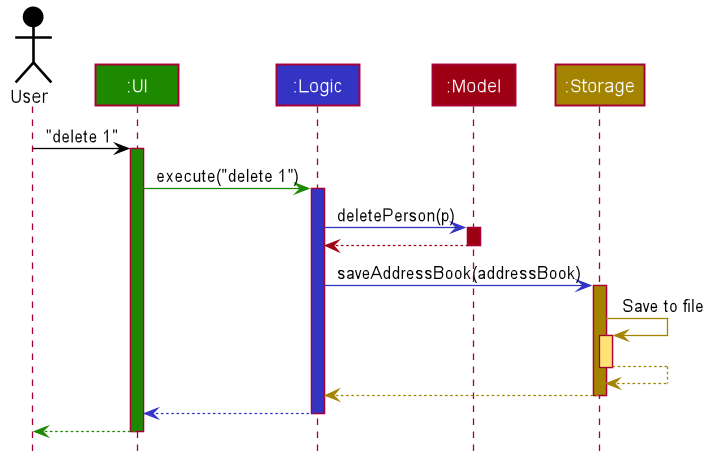
nus-cs2103-AY2223S1/tp keeps this PlantUML diagram as docs/images/ArchitectureSequenceDiagram.png. Above is the earlier version.
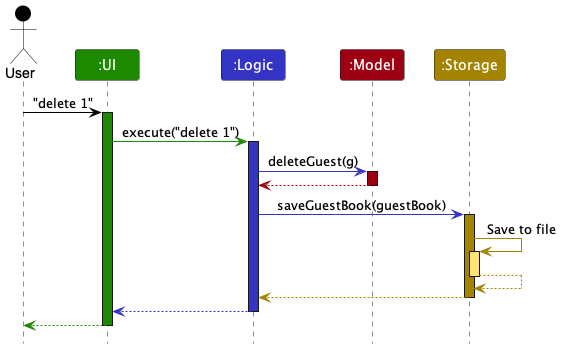
Later version of the same file.

Diff of the diagram source:
```diff
@@ -1,85 +1,38 @@
 @startuml
+!include style.puml
 
+Actor User as user USER_COLOR
+Participant ":UI" as ui UI_COLOR
+Participant ":Logic" as logic LOGIC_COLOR
+Participant ":Model" as model MODEL_COLOR
+Participant ":Storage" as storage STORAGE_COLOR
 
+user -[USER_COLOR]> ui : "delete 1"
+activate ui UI_COLOR
 
+ui -[UI_COLOR]> logic : execute("delete 1")
+activate logic LOGIC_COLOR
 
+logic -[LOGIC_COLOR]> model : deleteGuest(g)
+activate model MODEL_COLOR
 
-
-
-
-skinparam BackgroundColor #FFFFFFF
-
-skinparam Shadowing false
-
-skinparam Class {
-    FontColor #FFFFFF
-    BorderThickness 1
-    BorderColor #FFFFFF
-    StereotypeFontColor #FFFFFF
-    FontName Arial
-}
-
-skinparam Actor {
-    BorderColor #000000
-    Color #000000
-    FontName Arial
-}
-
-skinparam Sequence {
-    MessageAlign center
-    BoxFontSize 15
-    BoxPadding 0
-    BoxFontColor #FFFFFF
-    FontName Arial
-}
-
-skinparam Participant {
-    FontColor #FFFFFFF
-    Padding 20
-}
-
-skinparam MinClassWidth 50
-skinparam ParticipantPadding 10
-skinparam Shadowing false
-skinparam DefaultTextAlignment center
-skinparam packageStyle Rectangle
-
-hide footbox
-hide members
-hide circle
-
-Actor User as user #000000
-Participant ":UI" as ui #1D8900
-Participant ":Logic" as logic #3333C4
-Participant ":Model" as model #9D0012
-Participant ":Storage" as storage #A38300
-
-user -[#000000]> ui : "delete 1"
-activate ui #1D8900
-
-ui -[#1D8900]> logic : execute("delete 1")
-activate logic #3333C4
-
-logic -[#3333C4]> model : deletePerson(p)
-activate model #9D0012
-
-model -[#9D0012]-> logic
+model -[MODEL_COLOR]-> logic
 deactivate model
 
-logic -[#3333C4]> storage : saveAddressBook(addressBook)
-activate storage #A38300
+logic -[LOGIC_COLOR]> storage : saveGuestBook(guestBook)
+activate storage STORAGE_COLOR
 
-storage -[#A38300]> storage : Save to file
-activate storage #FFE374
-storage --[#A38300]> storage
+storage -[STORAGE_COLOR]> storage : Save to file
+activate storage STORAGE_COLOR_T1
+storage --[STORAGE_COLOR]> storage
 deactivate storage
 
-storage --[#A38300]> logic
+storage --[STORAGE_COLOR]> logic
 deactivate storage
 
-logic --[#3333C4]> ui
+logic --[LOGIC_COLOR]> ui
 deactivate logic
 
-ui--[#1D8900]> user
+ui--[UI_COLOR]> user
 deactivate ui
 @enduml
```
